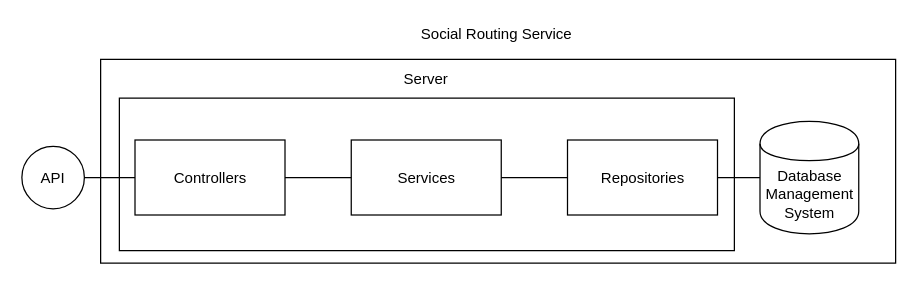
Earlier version of the draw.io diagram progress report/images/project-structure/Social Routing Service Structure.drawio (baltasarb/social-routing). Source tidied: cells renumbered, new cells numbered last; positions are measured from the earlier drawing's top-left corner, leaving out a move shared by most shapes. Both pictures are drawn from the tidied source at 125%, with x=0, y=0 at pixel (21, 21).
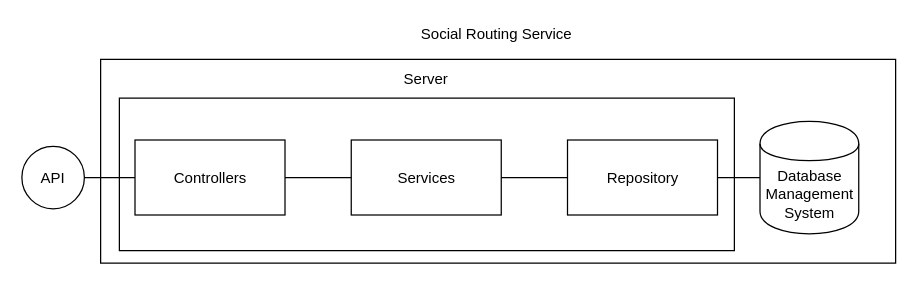
The same page after the edit.

Change to the diagram source:
```diff
@@
 <mxGraphModel>
   <root>
     <mxCell id="0" />
     <mxCell id="1" parent="0" />
     <mxCell id="2" style="rounded=0;whiteSpace=wrap;html=1;" parent="1" vertex="1">
       <mxGeometry x="63" y="30" width="636" height="163" as="geometry" />
     </mxCell>
     <mxCell id="3" style="rounded=0;whiteSpace=wrap;html=1;" parent="1" vertex="1">
       <mxGeometry x="78" y="61" width="492" height="122" as="geometry" />
     </mxCell>
     <mxCell id="4" value="API" style="ellipse;whiteSpace=wrap;html=1;" parent="1" vertex="1">
       <mxGeometry y="99.5" width="50" height="50" as="geometry" />
     </mxCell>
     <mxCell id="5" value="Social Routing Service" style="text;html=1;strokeColor=none;fillColor=none;align=center;verticalAlign=middle;whiteSpace=wrap;rounded=0;" parent="1" vertex="1">
       <mxGeometry x="300" width="160" height="20" as="geometry" />
     </mxCell>
     <mxCell id="6" style="endArrow=none;html=1;entryX=1;entryY=0.5;entryDx=0;entryDy=0;exitX=0;exitY=0.5;exitDx=0;exitDy=0;" parent="1" edge="1" source="9" target="4">
       <mxGeometry relative="1" as="geometry" />
     </mxCell>
     <mxCell id="7" value="Database Management System" style="shape=cylinder;whiteSpace=wrap;html=1;boundedLbl=1;backgroundOutline=1;" parent="1" vertex="1">
       <mxGeometry x="590.5" y="79.5" width="79" height="90" as="geometry" />
     </mxCell>
     <mxCell id="8" style="endArrow=none;html=1;entryX=1;entryY=0.5;entryDx=0;entryDy=0;exitX=0;exitY=0.5;exitDx=0;exitDy=0;" parent="1" edge="1" source="7" target="11">
       <mxGeometry relative="1" as="geometry" />
     </mxCell>
     <mxCell id="9" value="Controllers" style="rounded=0;whiteSpace=wrap;html=1;" parent="1" vertex="1">
       <mxGeometry x="90.5" y="94.5" width="120" height="60" as="geometry" />
     </mxCell>
     <mxCell id="10" value="Services" style="rounded=0;whiteSpace=wrap;html=1;" parent="1" vertex="1">
       <mxGeometry x="263.5" y="94.5" width="120" height="60" as="geometry" />
     </mxCell>
-    <mxCell id="11" value="Repositories" style="rounded=0;whiteSpace=wrap;html=1;" parent="1" vertex="1">
+    <mxCell id="11" value="Repository" style="rounded=0;whiteSpace=wrap;html=1;" parent="1" vertex="1">
       <mxGeometry x="436.5" y="94.5" width="120" height="60" as="geometry" />
     </mxCell>
     <mxCell id="12" style="endArrow=none;html=1;entryX=0;entryY=0.5;entryDx=0;entryDy=0;exitX=1;exitY=0.5;exitDx=0;exitDy=0;" parent="1" edge="1" source="9" target="10">
       <mxGeometry relative="1" as="geometry" />
     </mxCell>
     <mxCell id="13" style="endArrow=none;html=1;entryX=0;entryY=0.5;entryDx=0;entryDy=0;exitX=1;exitY=0.5;exitDx=0;exitDy=0;" parent="1" edge="1" source="10" target="11">
       <mxGeometry relative="1" as="geometry" />
     </mxCell>
     <mxCell id="14" value="Server" style="text;html=1;strokeColor=none;fillColor=none;align=center;verticalAlign=middle;whiteSpace=wrap;rounded=0;" parent="1" vertex="1">
       <mxGeometry x="299" y="36" width="49" height="20" as="geometry" />
     </mxCell>
   </root>
 </mxGraphModel>
```
